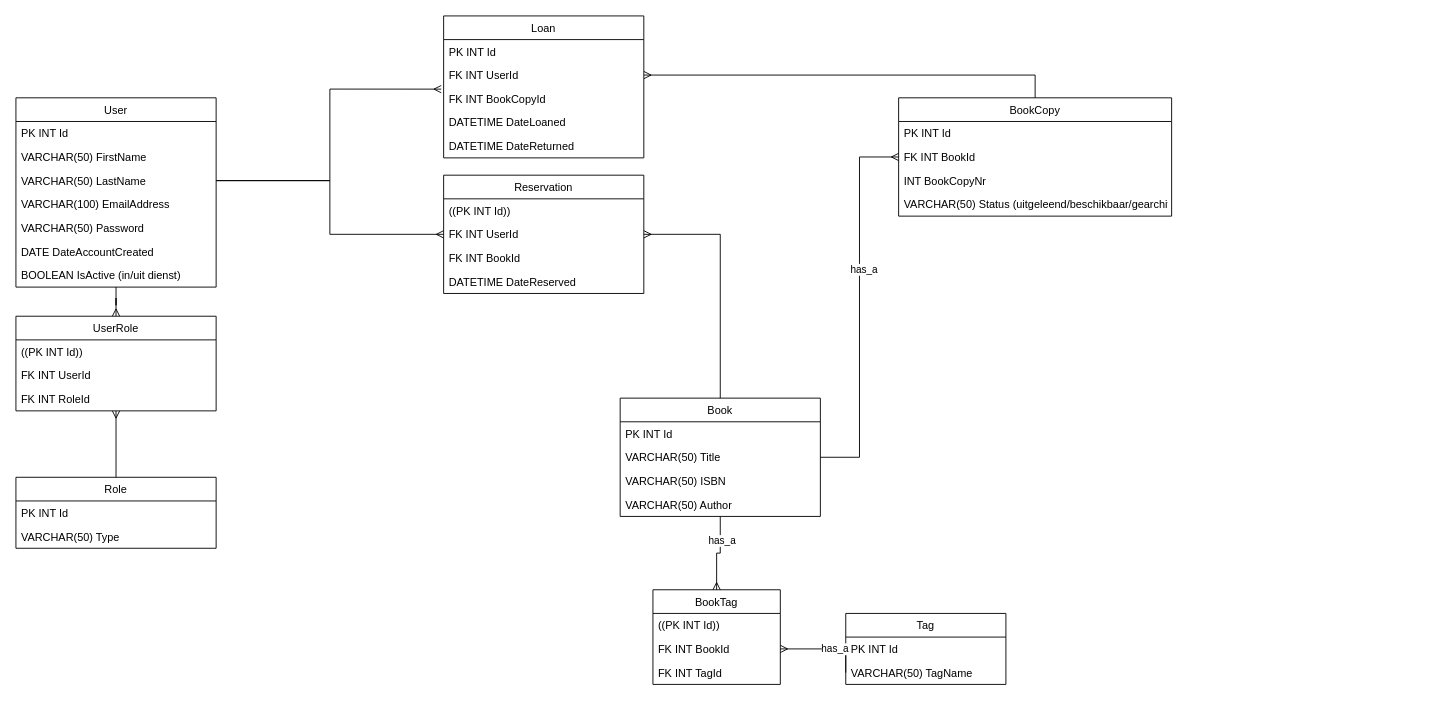
This is Documentation/WTBibliotheek UML Diagram Database.drawio from bbverbeek/WTBibliotheek, a draw.io file, before an edit. Source tidied: cells renumbered, new cells numbered last; positions are measured from the earlier drawing's top-left corner, leaving out a move shared by most shapes. Both pictures are drawn from the tidied source at 91%, with x=0, y=0 at pixel (15, 15).
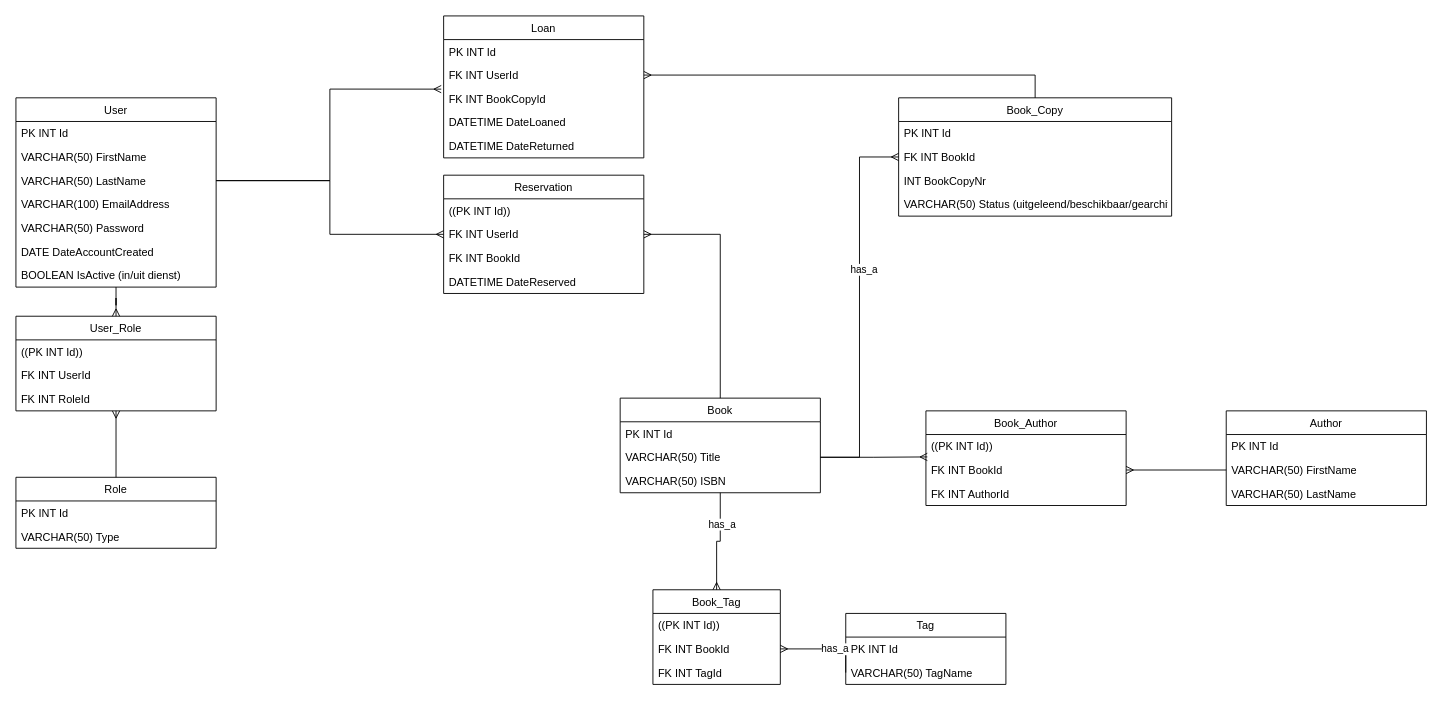
After the change.

Commit message (it also covers changes not shown here):
Lastest version of UML  Database diagram

The change refers to these unchanged cells:
```xml
<mxCell id="25" value="VARCHAR(50) Title" style="text;strokeColor=none;fillColor=none;align=left;verticalAlign=top;spacingLeft=4;spacingRight=4;overflow=hidden;points=[[0,0.5],[1,0.5]];portConstraint=eastwest;" parent="23" vertex="1">
  <mxGeometry y="52" width="220" height="26" as="geometry" />
</mxCell>
```

The edit, as a diff of the source:
```diff
@@
-    <mxCell id="15" value="UserRole" style="swimlane;fontStyle=0;horizontal=1;startSize=26;fillColor=none;" parent="1" vertex="1">
+    <mxCell id="15" value="User_Role" style="swimlane;fontStyle=0;horizontal=1;startSize=26;fillColor=none;" parent="1" vertex="1">
       <mxGeometry y="330" width="220" height="104" as="geometry" />
     </mxCell>
@@
     <mxCell id="23" value="Book" style="swimlane;fontStyle=0;horizontal=1;startSize=26;fillColor=none;" parent="1" vertex="1">
-      <mxGeometry x="664" y="420" width="220" height="130" as="geometry" />
+      <mxGeometry x="664" y="420" width="220" height="104" as="geometry" />
     </mxCell>
@@
-    <mxCell id="27" value="VARCHAR(50) Author" style="text;strokeColor=none;fillColor=none;align=left;verticalAlign=top;spacingLeft=4;spacingRight=4;overflow=hidden;" parent="23" vertex="1">
-      <mxGeometry y="104" width="220" height="26" as="geometry" />
-    </mxCell>
-    <mxCell id="28" value="BookCopy" style="swimlane;fontStyle=0;horizontal=1;startSize=26;fillColor=none;" parent="1" vertex="1">
+    <mxCell id="28" value="Book_Copy" style="swimlane;fontStyle=0;horizontal=1;startSize=26;fillColor=none;" parent="1" vertex="1">
       <mxGeometry x="970" y="90" width="300" height="130" as="geometry" />
     </mxCell>
@@
-    <mxCell id="35" value="BookTag" style="swimlane;fontStyle=0;horizontal=1;startSize=26;fillColor=none;" parent="1" vertex="1">
+    <mxCell id="35" value="Book_Tag" style="swimlane;fontStyle=0;horizontal=1;startSize=26;fillColor=none;" parent="1" vertex="1">
       <mxGeometry x="700" y="630.6" width="140" height="104" as="geometry" />
     </mxCell>
@@
+    <mxCell id="57" value="Author" style="swimlane;fontStyle=0;horizontal=1;startSize=26;fillColor=none;" parent="1" vertex="1">
+      <mxGeometry x="1330" y="434" width="220" height="104" as="geometry" />
+    </mxCell>
+    <mxCell id="58" value="PK INT Id" style="text;strokeColor=none;fillColor=none;align=left;verticalAlign=top;spacingLeft=4;spacingRight=4;overflow=hidden;" parent="57" vertex="1">
+      <mxGeometry y="26" width="220" height="26" as="geometry" />
+    </mxCell>
+    <mxCell id="59" value="VARCHAR(50) FirstName" style="text;strokeColor=none;fillColor=none;align=left;verticalAlign=top;spacingLeft=4;spacingRight=4;overflow=hidden;points=[[0,0.5],[1,0.5]];portConstraint=eastwest;" parent="57" vertex="1">
+      <mxGeometry y="52" width="220" height="26" as="geometry" />
+    </mxCell>
+    <mxCell id="60" value="VARCHAR(50) LastName" style="text;strokeColor=none;fillColor=none;align=left;verticalAlign=top;spacingLeft=4;spacingRight=4;overflow=hidden;" parent="57" vertex="1">
+      <mxGeometry y="78" width="220" height="26" as="geometry" />
+    </mxCell>
+    <mxCell id="61" value="Book_Author" style="swimlane;fontStyle=0;horizontal=1;startSize=26;fillColor=none;" parent="1" vertex="1">
+      <mxGeometry x="1000" y="434" width="220" height="104" as="geometry" />
+    </mxCell>
+    <mxCell id="62" value="((PK INT Id))" style="text;strokeColor=none;fillColor=none;align=left;verticalAlign=top;spacingLeft=4;spacingRight=4;overflow=hidden;" parent="61" vertex="1">
+      <mxGeometry y="26" width="220" height="26" as="geometry" />
+    </mxCell>
+    <mxCell id="63" value="FK INT BookId" style="text;strokeColor=none;fillColor=none;align=left;verticalAlign=top;spacingLeft=4;spacingRight=4;overflow=hidden;points=[[0,0.5],[1,0.5]];portConstraint=eastwest;" parent="61" vertex="1">
+      <mxGeometry y="52" width="220" height="26" as="geometry" />
+    </mxCell>
+    <mxCell id="64" value="FK INT AuthorId" style="text;strokeColor=none;fillColor=none;align=left;verticalAlign=top;spacingLeft=4;spacingRight=4;overflow=hidden;" parent="61" vertex="1">
+      <mxGeometry y="78" width="220" height="26" as="geometry" />
+    </mxCell>
+    <mxCell id="65" style="edgeStyle=orthogonalEdgeStyle;rounded=0;jettySize=auto;html=1;entryX=0.007;entryY=-0.053;entryDx=0;entryDy=0;entryPerimeter=0;startArrow=none;startFill=0;endArrow=ERmany;endFill=0;" parent="1" edge="1" source="25" target="63">
+      <mxGeometry relative="1" as="geometry" />
+    </mxCell>
+    <mxCell id="66" style="edgeStyle=orthogonalEdgeStyle;rounded=0;jettySize=auto;html=1;entryX=1;entryY=0.5;entryDx=0;entryDy=0;startArrow=none;startFill=0;endArrow=ERmany;endFill=0;exitX=0;exitY=0.5;exitDx=0;exitDy=0;" parent="1" edge="1" source="59" target="63">
+      <mxGeometry relative="1" as="geometry" />
+    </mxCell>
```
